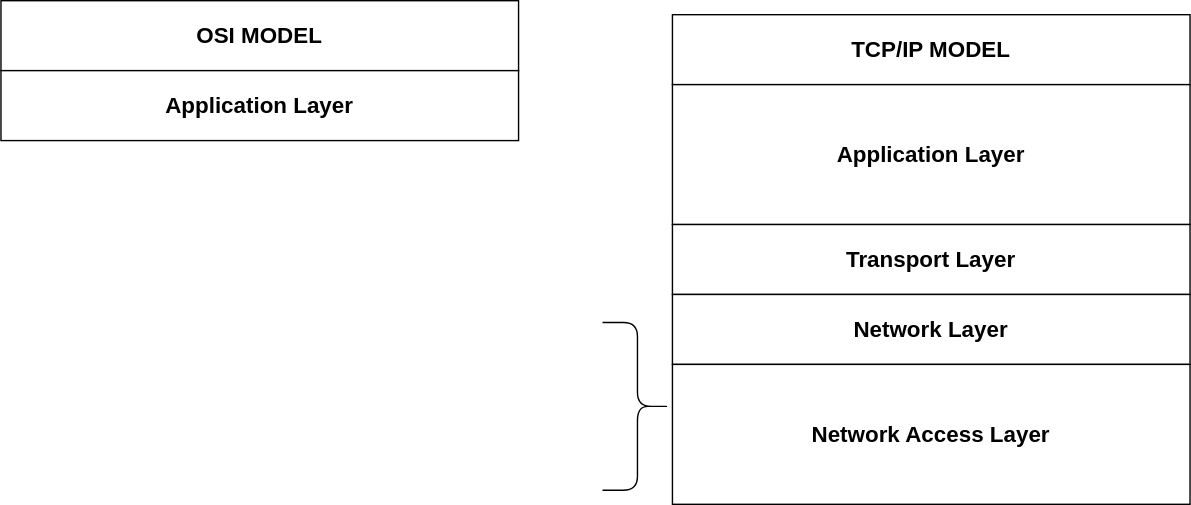
The draw.io diagram TCP/IP Model.drawio.svg in chloe-valentine/network-diagrams, before a commit. Source tidied: cells renumbered, new cells last; positions are measured from the earlier drawing's top-left corner, leaving out a move shared by most shapes.
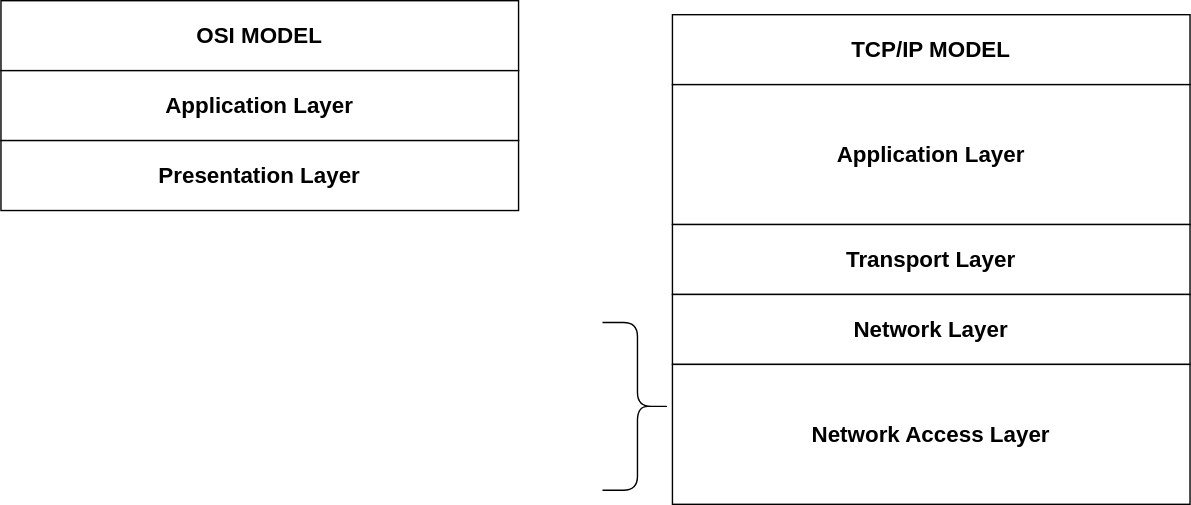
The same file after the commit.

Change to the diagram source:
```diff
@@ -26,5 +26,8 @@
     <mxCell id="9" value="&lt;font style=&quot;font-size: 16px;&quot;&gt;&lt;b&gt;Application Layer&lt;/b&gt;&lt;/font&gt;" style="rounded=0;whiteSpace=wrap;html=1;" parent="1" vertex="1">
       <mxGeometry y="50" width="370" height="50" as="geometry" />
     </mxCell>
+    <mxCell id="10" value="&lt;font style=&quot;font-size: 16px;&quot;&gt;&lt;b&gt;Presentation Layer&lt;/b&gt;&lt;/font&gt;" style="rounded=0;whiteSpace=wrap;html=1;" parent="1" vertex="1">
+      <mxGeometry y="100" width="370" height="50" as="geometry" />
+    </mxCell>
   </root>
 </mxGraphModel>
```
